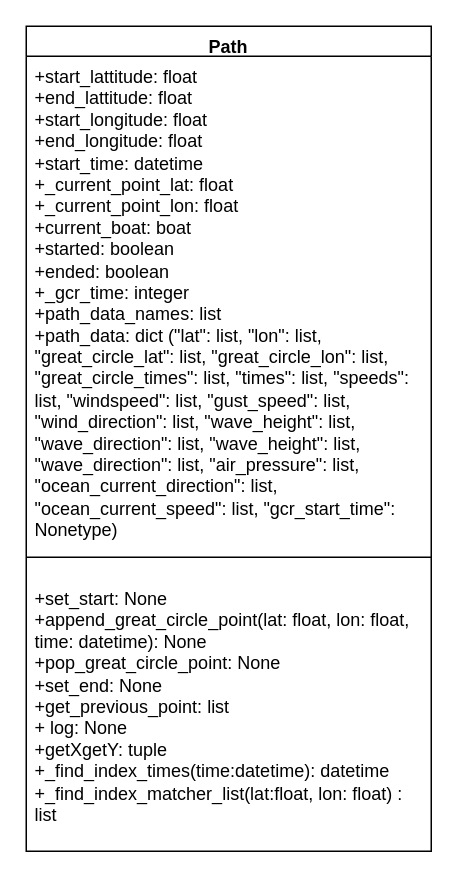
The draw.io diagram Diagrams/path_class.drawio in vandorena/NEA, before the edit. Source tidied: cells renumbered, new cells numbered last; positions are measured from the earlier drawing's top-left corner, leaving out a move shared by most shapes. Both pictures are drawn from the tidied source at 150%, with x=0, y=0 at pixel (26, 26).
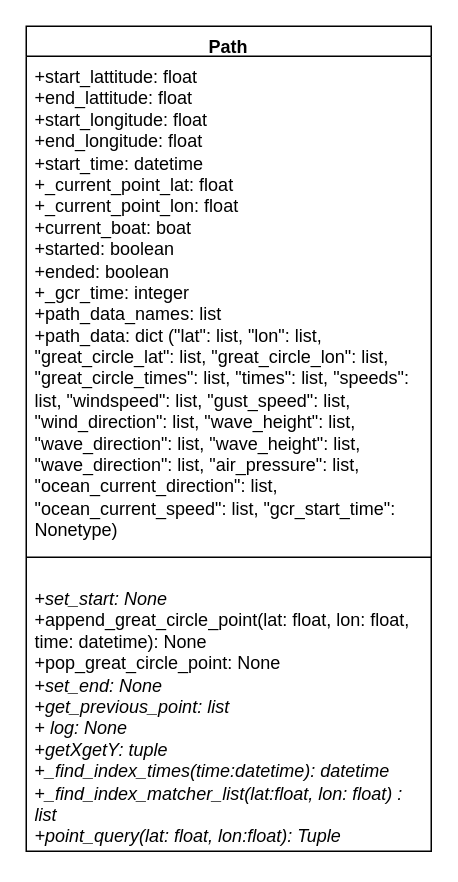
Above is the later version.

The edit, as a diff of the source:
```diff
@@
 <mxGraphModel>
   <root>
     <mxCell id="0" />
     <mxCell id="1" parent="0" />
     <mxCell id="2" value="Path" style="swimlane;fontStyle=1;align=center;verticalAlign=top;horizontal=1;startSize=20;whiteSpace=wrap;html=1;" parent="1" vertex="1">
       <mxGeometry width="270" height="550" as="geometry" />
     </mxCell>
     <mxCell id="3" value="+start_lattitude: float&lt;div&gt;+end_lattitude: float&lt;/div&gt;&lt;div&gt;+start_longitude: float&lt;/div&gt;&lt;div&gt;+end_longitude: float&lt;/div&gt;&lt;div&gt;+start_time: datetime&lt;/div&gt;&lt;div&gt;+_current_point_lat: float&lt;/div&gt;&lt;div&gt;+_current_point_lon: float&lt;/div&gt;&lt;div&gt;+current_boat: boat&lt;/div&gt;&lt;div&gt;+started: boolean&lt;/div&gt;&lt;div&gt;+ended: boolean&lt;br&gt;+_gcr_time: integer&lt;/div&gt;&lt;div&gt;+path_data_names: list&lt;/div&gt;&lt;div&gt;+path_data: dict (&quot;lat&quot;: list, &quot;lon&quot;: list, &quot;great_circle_lat&quot;: list, &quot;great_circle_lon&quot;: list, &quot;great_circle_times&quot;: list, &quot;times&quot;: list, &quot;speeds&quot;: list, &quot;windspeed&quot;: list, &quot;gust_speed&quot;: list, &quot;wind_direction&quot;: list, &quot;wave_height&quot;: list, &quot;wave_direction&quot;: list, &quot;wave_height&quot;: list, &quot;wave_direction&quot;: list, &quot;air_pressure&quot;: list, &quot;ocean_current_direction&quot;: list, &quot;ocean_current_speed&quot;: list, &quot;gcr_start_time&quot;: Nonetype)&lt;/div&gt;" style="text;strokeColor=none;fillColor=none;align=left;verticalAlign=top;spacingLeft=4;spacingRight=4;overflow=hidden;whiteSpace=wrap;html=1;" parent="2" vertex="1">
       <mxGeometry y="20" width="270" height="320" as="geometry" />
     </mxCell>
     <mxCell id="4" style="line;strokeWidth=1;fillColor=none;align=left;verticalAlign=middle;spacingTop=-1;spacingLeft=3;spacingRight=3;labelPosition=right;strokeColor=inherit;" parent="2" vertex="1">
       <mxGeometry y="340" width="270" height="28" as="geometry" />
     </mxCell>
-    <mxCell id="5" value="+set_start: None&lt;div&gt;+append_great_circle_point(lat: float, lon: float, time: datetime): None&lt;/div&gt;&lt;div&gt;+pop_great_circle_point: None&lt;/div&gt;&lt;div&gt;+set_end: None&lt;/div&gt;&lt;div&gt;+get_previous_point: list&lt;/div&gt;&lt;div&gt;+ log: None&lt;/div&gt;&lt;div&gt;+getXgetY: tuple&lt;/div&gt;&lt;div&gt;+_find_index_times(time:datetime): datetime&lt;/div&gt;&lt;div&gt;+_find_index_matcher_list(lat:float, lon: float) : list&lt;/div&gt;&lt;div&gt;&lt;br&gt;&lt;/div&gt;" style="text;strokeColor=none;fillColor=none;align=left;verticalAlign=top;spacingLeft=4;spacingRight=4;overflow=hidden;whiteSpace=wrap;html=1;" parent="2" vertex="1">
+    <mxCell id="5" value="+&lt;i&gt;set_start: None&lt;/i&gt;&lt;div&gt;+append_great_circle_point(lat: float, lon: float, time: datetime): None&lt;/div&gt;&lt;div&gt;+pop_great_circle_point: None&lt;/div&gt;&lt;div&gt;+&lt;i&gt;set_end: None&lt;/i&gt;&lt;/div&gt;&lt;div&gt;+&lt;i&gt;get_previous_point: list&lt;/i&gt;&lt;/div&gt;&lt;div&gt;+ &lt;i&gt;log: None&lt;/i&gt;&lt;/div&gt;&lt;div&gt;+&lt;i&gt;getXgetY: tuple&lt;/i&gt;&lt;/div&gt;&lt;div&gt;+&lt;i&gt;_find_index_times(time:datetime): datetime&lt;/i&gt;&lt;/div&gt;&lt;div&gt;+&lt;i&gt;_find_index_matcher_list(lat:float, lon: float) : list&lt;/i&gt;&lt;/div&gt;&lt;div&gt;&lt;i&gt;+point_query(lat: float, lon:float): Tuple&lt;/i&gt;&lt;/div&gt;&lt;div&gt;&lt;br&gt;&lt;/div&gt;" style="text;strokeColor=none;fillColor=none;align=left;verticalAlign=top;spacingLeft=4;spacingRight=4;overflow=hidden;whiteSpace=wrap;html=1;" parent="2" vertex="1">
       <mxGeometry y="368" width="270" height="182" as="geometry" />
     </mxCell>
   </root>
 </mxGraphModel>
```
